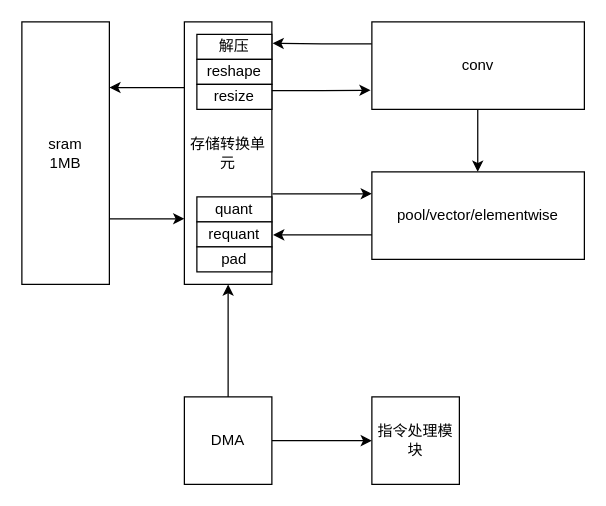
Above: gknpu.drawio in gdhzyz/draws (draw.io), before the change. Source tidied: cells renumbered, new cells numbered last; positions are measured from the earlier drawing's top-left corner, leaving out a move shared by most shapes. Both pictures are drawn from the tidied source at 125%, with x=0, y=0 at pixel (21, 21).
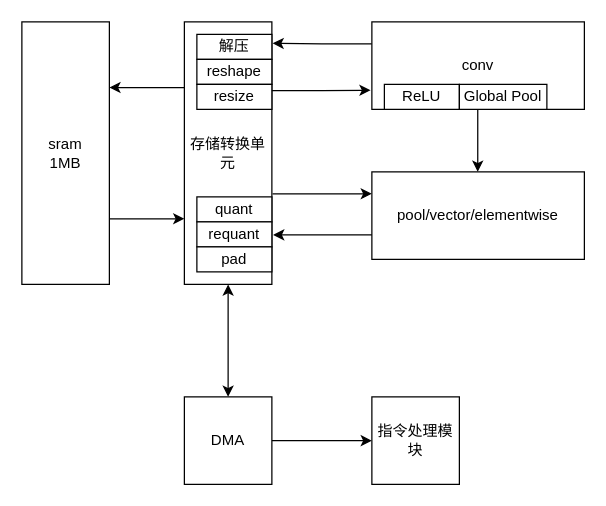
The same diagram, later.

The change refers to these unchanged cells:
```xml
<mxCell id="6" value="存储转换单元" style="rounded=0;whiteSpace=wrap;html=1;" parent="1" vertex="1">
  <mxGeometry x="130" width="70" height="210" as="geometry" />
</mxCell>
<mxCell id="9" value="DMA" style="rounded=0;whiteSpace=wrap;html=1;" parent="1" vertex="1">
  <mxGeometry x="130" y="300" width="70" height="70" as="geometry" />
</mxCell>
```

The edit, as a diff of the source:
```diff
@@
-    <mxCell id="8" style="edgeStyle=orthogonalEdgeStyle;rounded=0;jettySize=auto;html=1;" parent="1" edge="1" source="9" target="6">
+    <mxCell id="8" style="edgeStyle=orthogonalEdgeStyle;rounded=0;jettySize=auto;html=1;startArrow=classic;startFill=1;" parent="1" edge="1" source="9" target="6">
       <mxGeometry relative="1" as="geometry" />
     </mxCell>
@@
+    <mxCell id="23" value="ReLU" style="rounded=0;whiteSpace=wrap;html=1;" parent="1" vertex="1">
+      <mxGeometry x="290" y="50" width="60" height="20" as="geometry" />
+    </mxCell>
+    <mxCell id="24" value="Global Pool" style="rounded=0;whiteSpace=wrap;html=1;" parent="1" vertex="1">
+      <mxGeometry x="350" y="50" width="70" height="20" as="geometry" />
+    </mxCell>
```
